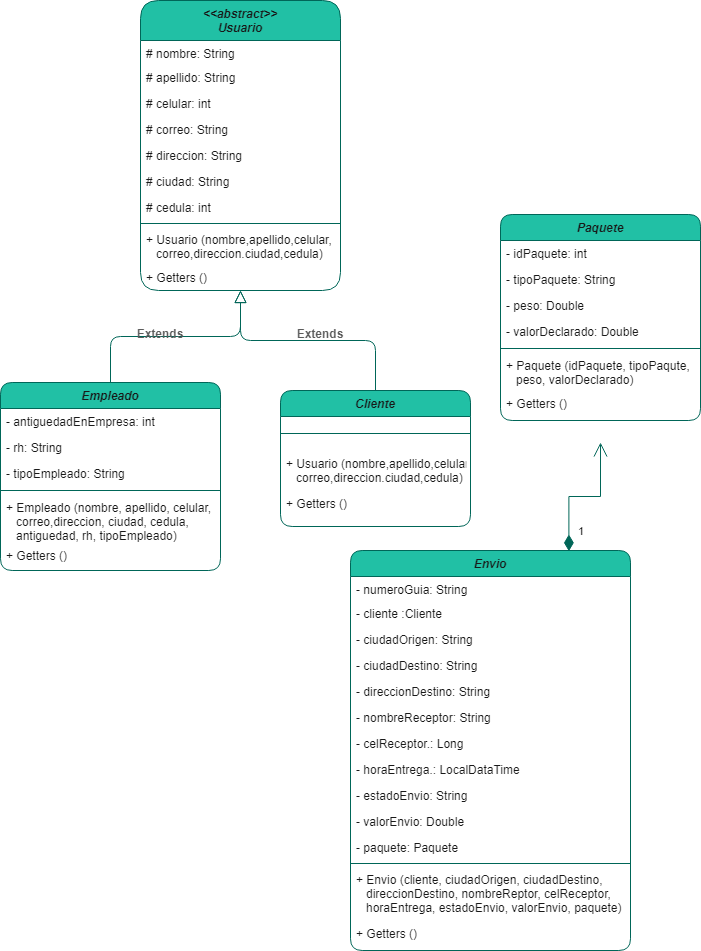
Earlier version of the draw.io export Diagrama-proyectoIntegrador.drawio.png (Pipe1098/ProyectoIntegrador). Source tidied: cells renumbered, new cells last; positions are measured from the earlier drawing's top-left corner, leaving out a move shared by most shapes.
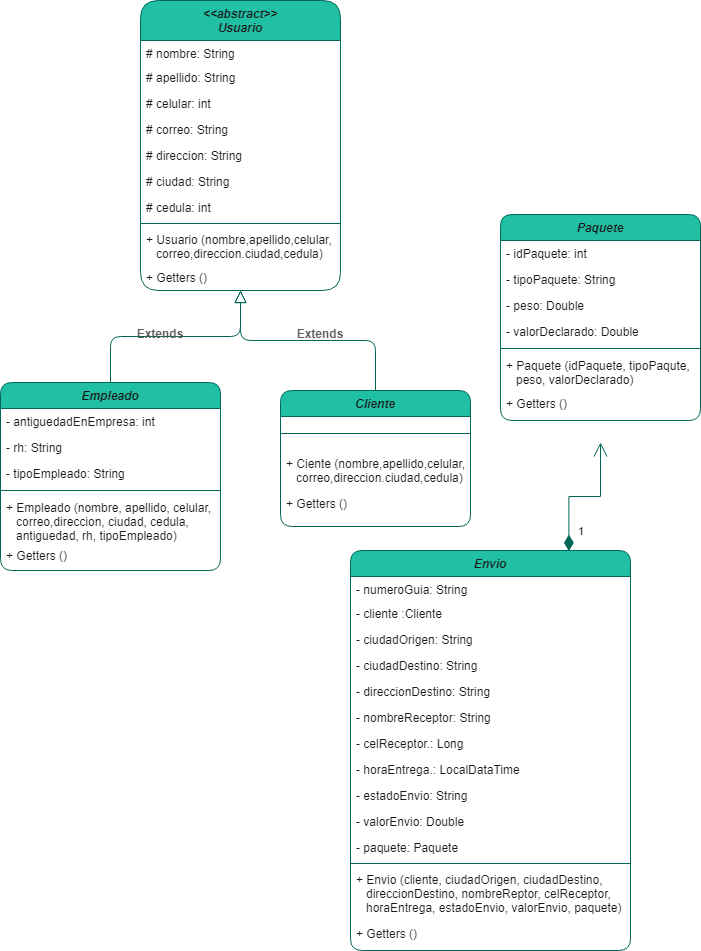
After the commit.

The edit, as a diff of the source:
```diff
@@ -65,7 +65,7 @@
     <mxCell id="22" style="line;html=1;strokeWidth=1;align=left;verticalAlign=middle;spacingTop=-1;spacingLeft=3;spacingRight=3;labelPosition=right;rounded=1;labelBackgroundColor=none;fillColor=#21C0A5;strokeColor=#006658;fontColor=#5C5C5C;" parent="21" vertex="1">
       <mxGeometry y="26" width="190" height="34" as="geometry" />
     </mxCell>
-    <mxCell id="23" value="+ Usuario (nombre,apellido,celular,&#10;   correo,direccion.ciudad,cedula)&#10;" style="text;align=left;verticalAlign=top;spacingLeft=4;spacingRight=4;overflow=hidden;rounded=1;labelBackgroundColor=default;fontColor=#191919;" parent="21" vertex="1">
+    <mxCell id="23" value="+ Ciente (nombre,apellido,celular,&#10;   correo,direccion.ciudad,cedula)&#10;" style="text;align=left;verticalAlign=top;spacingLeft=4;spacingRight=4;overflow=hidden;rounded=1;labelBackgroundColor=default;fontColor=#191919;" parent="21" vertex="1">
       <mxGeometry y="60" width="190" height="40" as="geometry" />
     </mxCell>
     <mxCell id="24" value="+ Getters ()&#10;" style="text;align=left;verticalAlign=top;spacingLeft=4;spacingRight=4;overflow=hidden;rounded=1;shadow=0;html=0;labelBackgroundColor=none;fontColor=#191919;" parent="21" vertex="1">
```
